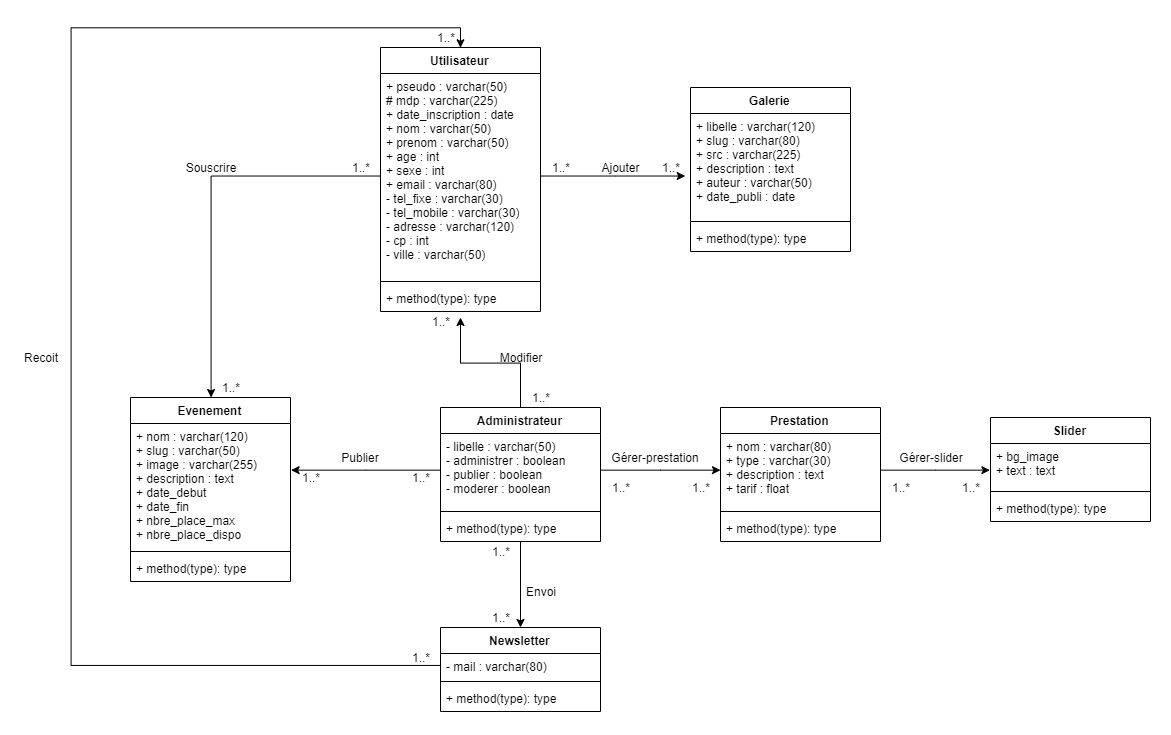
This is 1_Analyse/4_UML/Classe/Diagramme_de_classe (1).png from OlivierR68/beaute-naturelle.fr, a draw.io export, as it was before one commit. Source tidied: cells renumbered, new cells last; positions are measured from the earlier drawing's top-left corner, leaving out a move shared by most shapes.
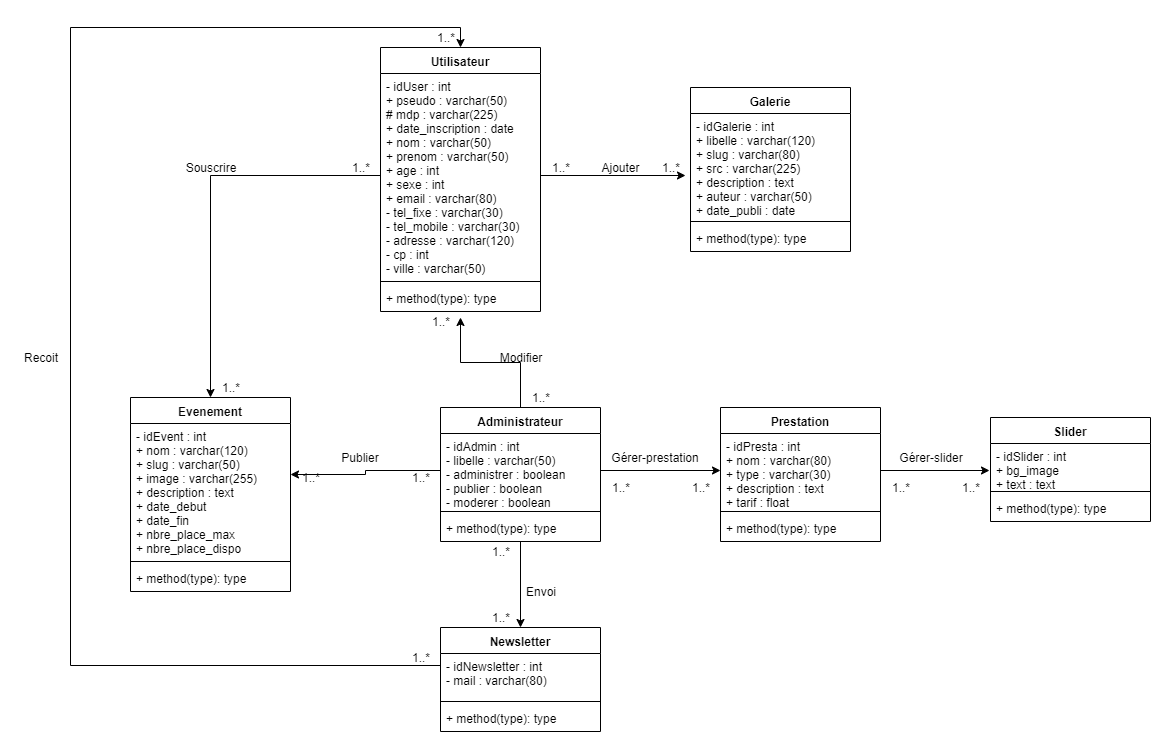
After the change.

Commit message:
UML - Classe - Ajout des id

Diff of the diagram source:
```diff
@@ -5,7 +5,7 @@
     <mxCell id="2" value="Utilisateur" style="swimlane;fontStyle=1;align=center;verticalAlign=top;horizontal=1;startSize=26;" parent="1" vertex="1">
       <mxGeometry x="360" y="20" width="160" height="264" as="geometry" />
     </mxCell>
-    <mxCell id="3" value="+ pseudo : varchar(50)&#10;# mdp : varchar(225)&#10;+ date_inscription : date&#10;+ nom : varchar(50)&#10;+ prenom : varchar(50)&#10;+ age : int&#10;+ sexe : int&#10;+ email : varchar(80)&#10;- tel_fixe : varchar(30)&#10;- tel_mobile : varchar(30)&#10;- adresse : varchar(120)&#10;- cp : int&#10;- ville : varchar(50)" style="text;strokeColor=none;fillColor=none;align=left;verticalAlign=top;spacingLeft=4;spacingRight=4;overflow=hidden;points=[[0,0.5],[1,0.5]];portConstraint=eastwest;" parent="2" vertex="1">
+    <mxCell id="3" value="- idUser : int&#10;+ pseudo : varchar(50)&#10;# mdp : varchar(225)&#10;+ date_inscription : date&#10;+ nom : varchar(50)&#10;+ prenom : varchar(50)&#10;+ age : int&#10;+ sexe : int&#10;+ email : varchar(80)&#10;- tel_fixe : varchar(30)&#10;- tel_mobile : varchar(30)&#10;- adresse : varchar(120)&#10;- cp : int&#10;- ville : varchar(50)" style="text;strokeColor=none;fillColor=none;align=left;verticalAlign=top;spacingLeft=4;spacingRight=4;overflow=hidden;points=[[0,0.5],[1,0.5]];portConstraint=eastwest;" parent="2" vertex="1">
       <mxGeometry y="26" width="160" height="204" as="geometry" />
     </mxCell>
     <mxCell id="4" style="line;strokeWidth=1;fillColor=none;align=left;verticalAlign=middle;spacingTop=-1;spacingLeft=3;spacingRight=3;labelPosition=right;" parent="2" vertex="1">
@@ -22,7 +22,7 @@
     <mxCell id="7" value="Administrateur" style="swimlane;fontStyle=1;align=center;verticalAlign=top;horizontal=1;startSize=26;" parent="1" vertex="1">
       <mxGeometry x="420" y="380" width="160" height="134" as="geometry" />
     </mxCell>
-    <mxCell id="8" value="- libelle : varchar(50)&#10;- administrer : boolean&#10;- publier : boolean &#10;- moderer : boolean" style="text;strokeColor=none;fillColor=none;align=left;verticalAlign=top;spacingLeft=4;spacingRight=4;overflow=hidden;points=[[0,0.5],[1,0.5]];portConstraint=eastwest;" parent="7" vertex="1">
+    <mxCell id="8" value="- idAdmin : int&#10;- libelle : varchar(50)&#10;- administrer : boolean&#10;- publier : boolean &#10;- moderer : boolean" style="text;strokeColor=none;fillColor=none;align=left;verticalAlign=top;spacingLeft=4;spacingRight=4;overflow=hidden;points=[[0,0.5],[1,0.5]];portConstraint=eastwest;" parent="7" vertex="1">
       <mxGeometry y="26" width="160" height="74" as="geometry" />
     </mxCell>
     <mxCell id="9" style="line;strokeWidth=1;fillColor=none;align=left;verticalAlign=middle;spacingTop=-1;spacingLeft=3;spacingRight=3;labelPosition=right;" parent="7" vertex="1">
@@ -35,21 +35,21 @@
       <mxGeometry relative="1" as="geometry" />
     </mxCell>
     <mxCell id="12" value="Evenement" style="swimlane;fontStyle=1;align=center;verticalAlign=top;horizontal=1;startSize=26;" parent="1" vertex="1">
-      <mxGeometry x="110" y="370" width="160" height="184" as="geometry" />
+      <mxGeometry x="110" y="370" width="160" height="194" as="geometry" />
     </mxCell>
-    <mxCell id="13" value="+ nom : varchar(120)&#10;+ slug : varchar(50)&#10;+ image : varchar(255)&#10;+ description : text&#10;+ date_debut&#10;+ date_fin&#10;+ nbre_place_max&#10;+ nbre_place_dispo" style="text;strokeColor=none;fillColor=none;align=left;verticalAlign=top;spacingLeft=4;spacingRight=4;overflow=hidden;points=[[0,0.5],[1,0.5]];portConstraint=eastwest;" parent="12" vertex="1">
-      <mxGeometry y="26" width="160" height="124" as="geometry" />
+    <mxCell id="13" value="- idEvent : int&#10;+ nom : varchar(120)&#10;+ slug : varchar(50)&#10;+ image : varchar(255)&#10;+ description : text&#10;+ date_debut&#10;+ date_fin&#10;+ nbre_place_max&#10;+ nbre_place_dispo" style="text;strokeColor=none;fillColor=none;align=left;verticalAlign=top;spacingLeft=4;spacingRight=4;overflow=hidden;points=[[0,0.5],[1,0.5]];portConstraint=eastwest;" parent="12" vertex="1">
+      <mxGeometry y="26" width="160" height="134" as="geometry" />
     </mxCell>
     <mxCell id="14" style="line;strokeWidth=1;fillColor=none;align=left;verticalAlign=middle;spacingTop=-1;spacingLeft=3;spacingRight=3;labelPosition=right;" parent="12" vertex="1">
-      <mxGeometry y="150" width="160" height="8" as="geometry" />
+      <mxGeometry y="160" width="160" height="8" as="geometry" />
     </mxCell>
     <mxCell id="15" value="+ method(type): type" style="text;strokeColor=none;fillColor=none;align=left;verticalAlign=top;spacingLeft=4;spacingRight=4;overflow=hidden;" parent="12" vertex="1">
-      <mxGeometry y="158" width="160" height="26" as="geometry" />
+      <mxGeometry y="168" width="160" height="26" as="geometry" />
     </mxCell>
     <mxCell id="16" value="Galerie" style="swimlane;fontStyle=1;align=center;verticalAlign=top;horizontal=1;startSize=26;" parent="1" vertex="1">
       <mxGeometry x="670" y="60" width="160" height="164" as="geometry" />
     </mxCell>
-    <mxCell id="17" value="+ libelle : varchar(120)&#10;+ slug : varchar(80)&#10;+ src : varchar(225)&#10;+ description : text&#10;+ auteur : varchar(50)&#10;+ date_publi : date" style="text;strokeColor=none;fillColor=none;align=left;verticalAlign=top;spacingLeft=4;spacingRight=4;overflow=hidden;points=[[0,0.5],[1,0.5]];portConstraint=eastwest;" parent="16" vertex="1">
+    <mxCell id="17" value="- idGalerie : int&#10;+ libelle : varchar(120)&#10;+ slug : varchar(80)&#10;+ src : varchar(225)&#10;+ description : text&#10;+ auteur : varchar(50)&#10;+ date_publi : date" style="text;strokeColor=none;fillColor=none;align=left;verticalAlign=top;spacingLeft=4;spacingRight=4;overflow=hidden;points=[[0,0.5],[1,0.5]];portConstraint=eastwest;" parent="16" vertex="1">
       <mxGeometry y="26" width="160" height="104" as="geometry" />
     </mxCell>
     <mxCell id="18" style="line;strokeWidth=1;fillColor=none;align=left;verticalAlign=middle;spacingTop=-1;spacingLeft=3;spacingRight=3;labelPosition=right;" parent="16" vertex="1">
@@ -62,21 +62,21 @@
       <mxGeometry relative="1" as="geometry" />
     </mxCell>
     <mxCell id="21" value="Newsletter" style="swimlane;fontStyle=1;align=center;verticalAlign=top;horizontal=1;startSize=26;" parent="1" vertex="1">
-      <mxGeometry x="420" y="600" width="160" height="84" as="geometry" />
+      <mxGeometry x="420" y="600" width="160" height="104" as="geometry" />
     </mxCell>
-    <mxCell id="22" value="- mail : varchar(80)" style="text;strokeColor=none;fillColor=none;align=left;verticalAlign=top;spacingLeft=4;spacingRight=4;overflow=hidden;points=[[0,0.5],[1,0.5]];portConstraint=eastwest;" parent="21" vertex="1">
-      <mxGeometry y="26" width="160" height="24" as="geometry" />
+    <mxCell id="22" value="- idNewsletter : int&#10;- mail : varchar(80)" style="text;strokeColor=none;fillColor=none;align=left;verticalAlign=top;spacingLeft=4;spacingRight=4;overflow=hidden;points=[[0,0.5],[1,0.5]];portConstraint=eastwest;" parent="21" vertex="1">
+      <mxGeometry y="26" width="160" height="44" as="geometry" />
     </mxCell>
     <mxCell id="23" style="line;strokeWidth=1;fillColor=none;align=left;verticalAlign=middle;spacingTop=-1;spacingLeft=3;spacingRight=3;labelPosition=right;" parent="21" vertex="1">
-      <mxGeometry y="50" width="160" height="8" as="geometry" />
+      <mxGeometry y="70" width="160" height="8" as="geometry" />
     </mxCell>
     <mxCell id="24" value="+ method(type): type" style="text;strokeColor=none;fillColor=none;align=left;verticalAlign=top;spacingLeft=4;spacingRight=4;overflow=hidden;" parent="21" vertex="1">
-      <mxGeometry y="58" width="160" height="26" as="geometry" />
+      <mxGeometry y="78" width="160" height="26" as="geometry" />
     </mxCell>
     <mxCell id="25" value="Prestation" style="swimlane;fontStyle=1;align=center;verticalAlign=top;horizontal=1;startSize=26;" parent="1" vertex="1">
       <mxGeometry x="700" y="380" width="160" height="134" as="geometry" />
     </mxCell>
-    <mxCell id="26" value="+ nom : varchar(80)&#10;+ type : varchar(30)&#10;+ description : text&#10;+ tarif : float" style="text;strokeColor=none;fillColor=none;align=left;verticalAlign=top;spacingLeft=4;spacingRight=4;overflow=hidden;points=[[0,0.5],[1,0.5]];portConstraint=eastwest;" parent="25" vertex="1">
+    <mxCell id="26" value="- idPresta : int &#10;+ nom : varchar(80)&#10;+ type : varchar(30)&#10;+ description : text&#10;+ tarif : float" style="text;strokeColor=none;fillColor=none;align=left;verticalAlign=top;spacingLeft=4;spacingRight=4;overflow=hidden;points=[[0,0.5],[1,0.5]];portConstraint=eastwest;" parent="25" vertex="1">
       <mxGeometry y="26" width="160" height="74" as="geometry" />
     </mxCell>
     <mxCell id="27" style="line;strokeWidth=1;fillColor=none;align=left;verticalAlign=middle;spacingTop=-1;spacingLeft=3;spacingRight=3;labelPosition=right;" parent="25" vertex="1">
@@ -88,7 +88,7 @@
     <mxCell id="29" value="Slider" style="swimlane;fontStyle=1;align=center;verticalAlign=top;horizontal=1;startSize=26;" parent="1" vertex="1">
       <mxGeometry x="970" y="390" width="160" height="104" as="geometry" />
     </mxCell>
-    <mxCell id="30" value="+ bg_image&#10;+ text : text" style="text;strokeColor=none;fillColor=none;align=left;verticalAlign=top;spacingLeft=4;spacingRight=4;overflow=hidden;points=[[0,0.5],[1,0.5]];portConstraint=eastwest;" parent="29" vertex="1">
+    <mxCell id="30" value="- idSlider : int&#10;+ bg_image&#10;+ text : text" style="text;strokeColor=none;fillColor=none;align=left;verticalAlign=top;spacingLeft=4;spacingRight=4;overflow=hidden;points=[[0,0.5],[1,0.5]];portConstraint=eastwest;" parent="29" vertex="1">
       <mxGeometry y="26" width="160" height="44" as="geometry" />
     </mxCell>
     <mxCell id="31" style="line;strokeWidth=1;fillColor=none;align=left;verticalAlign=middle;spacingTop=-1;spacingLeft=3;spacingRight=3;labelPosition=right;" parent="29" vertex="1">
```
